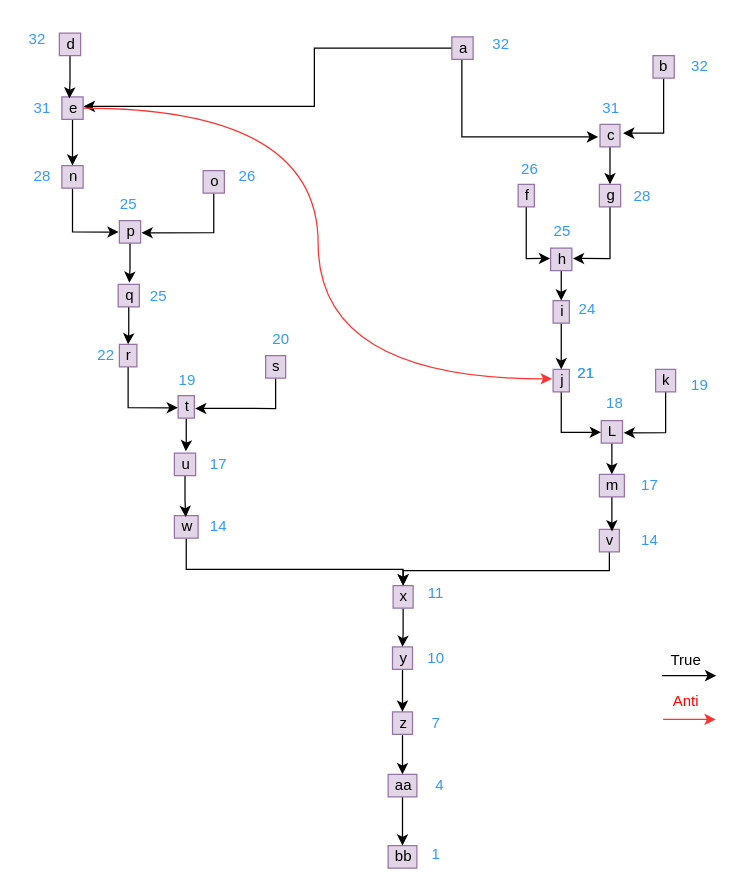
This is Untitled Diagram.drawio from reaganmcf/diagrams-repo, a draw.io file, before an edit. Source tidied: cells renumbered, new cells numbered last; positions are measured from the earlier drawing's top-left corner, leaving out a move shared by most shapes. Both pictures are drawn from the tidied source at 125%, with x=0, y=0 at pixel (21, 28).
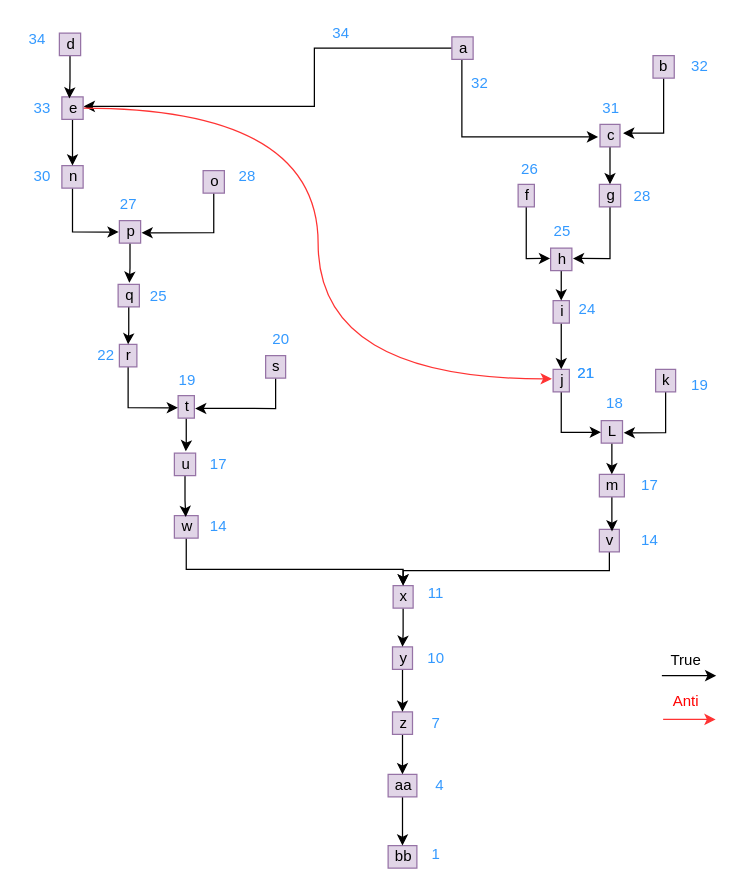
The same page after the edit.

What changed in the source:
```diff
@@
-    <mxCell id="82" value="32" style="text;html=1;align=center;verticalAlign=middle;strokeColor=none;fillColor=none;fontColor=#3399FF;" parent="1" vertex="1">
-      <mxGeometry x="371" y="4" width="23" height="17" as="geometry" />
+    <mxCell id="82" value="34" style="text;html=1;align=center;verticalAlign=middle;strokeColor=none;fillColor=none;fontColor=#3399FF;" parent="1" vertex="1">
+      <mxGeometry x="243" y="-5" width="23" height="17" as="geometry" />
     </mxCell>
@@
-    <mxCell id="89" value="25" style="text;html=1;align=center;verticalAlign=middle;strokeColor=none;fillColor=none;fontColor=#3399FF;" parent="1" vertex="1">
+    <mxCell id="89" value="27" style="text;html=1;align=center;verticalAlign=middle;strokeColor=none;fillColor=none;fontColor=#3399FF;" parent="1" vertex="1">
       <mxGeometry x="73.5" y="132" width="23" height="17" as="geometry" />
     </mxCell>
-    <mxCell id="90" value="26" style="text;html=1;align=center;verticalAlign=middle;strokeColor=none;fillColor=none;fontColor=#3399FF;" parent="1" vertex="1">
+    <mxCell id="90" value="28" style="text;html=1;align=center;verticalAlign=middle;strokeColor=none;fillColor=none;fontColor=#3399FF;" parent="1" vertex="1">
       <mxGeometry x="168" y="110" width="23" height="17" as="geometry" />
     </mxCell>
-    <mxCell id="91" value="28" style="text;html=1;align=center;verticalAlign=middle;strokeColor=none;fillColor=none;fontColor=#3399FF;" parent="1" vertex="1">
+    <mxCell id="91" value="30" style="text;html=1;align=center;verticalAlign=middle;strokeColor=none;fillColor=none;fontColor=#3399FF;" parent="1" vertex="1">
       <mxGeometry x="4" y="110" width="23" height="17" as="geometry" />
     </mxCell>
-    <mxCell id="92" value="31" style="text;html=1;align=center;verticalAlign=middle;strokeColor=none;fillColor=none;fontColor=#3399FF;" parent="1" vertex="1">
+    <mxCell id="92" value="33" style="text;html=1;align=center;verticalAlign=middle;strokeColor=none;fillColor=none;fontColor=#3399FF;" parent="1" vertex="1">
       <mxGeometry x="4" y="55" width="23" height="17" as="geometry" />
     </mxCell>
-    <mxCell id="93" value="32" style="text;html=1;align=center;verticalAlign=middle;strokeColor=none;fillColor=none;fontColor=#3399FF;" parent="1" vertex="1">
+    <mxCell id="93" value="34" style="text;html=1;align=center;verticalAlign=middle;strokeColor=none;fillColor=none;fontColor=#3399FF;" parent="1" vertex="1">
       <mxGeometry width="23" height="17" as="geometry" />
     </mxCell>
+    <mxCell id="94" value="32" style="text;html=1;align=center;verticalAlign=middle;strokeColor=none;fillColor=none;fontColor=#3399FF;" parent="1" vertex="1">
+      <mxGeometry x="354" y="35" width="23" height="17" as="geometry" />
+    </mxCell>
```
